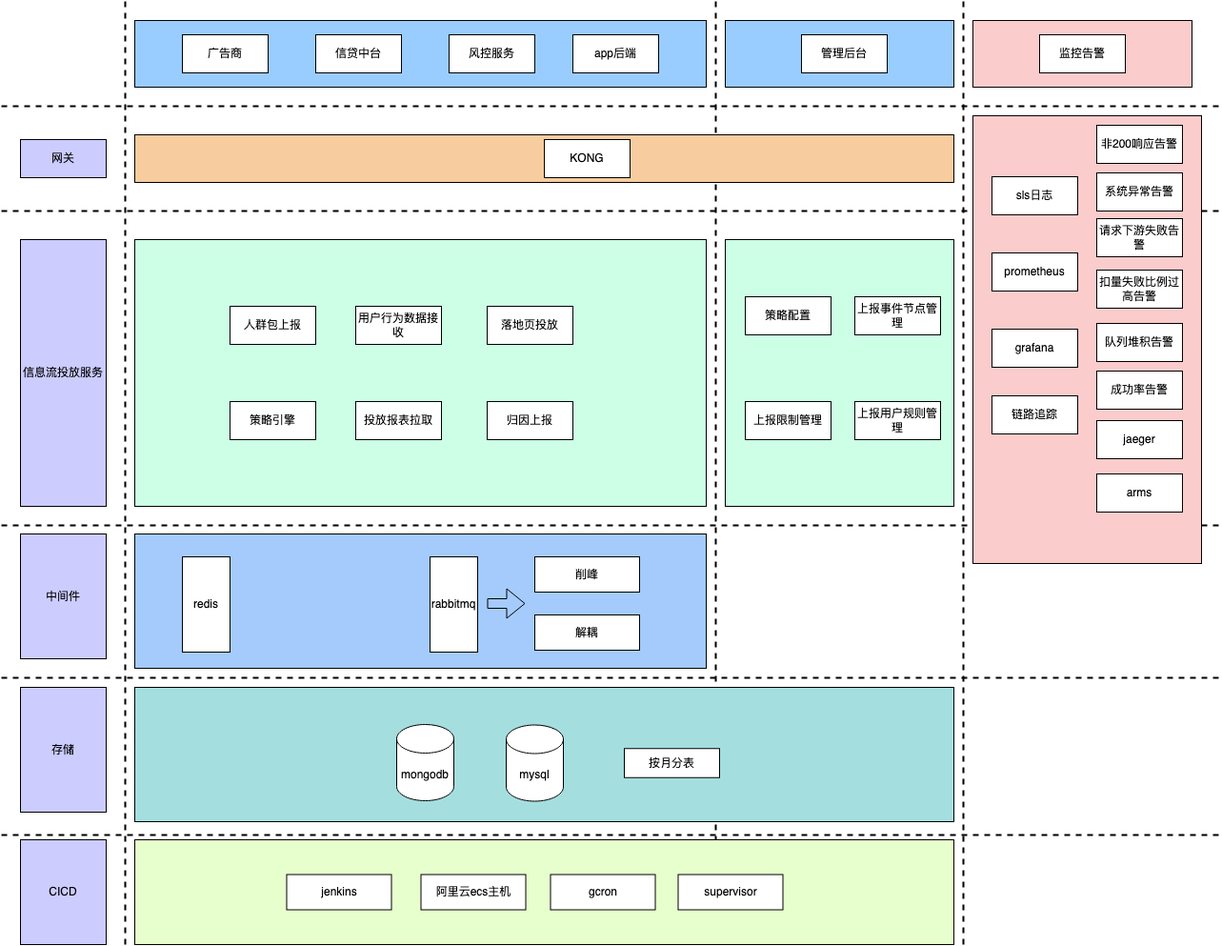
Above: 信息流投放架构.png in yuanlj-tea/picgo (draw.io), before the change. Source tidied: cells renumbered, new cells last; positions are measured from the earlier drawing's top-left corner, leaving out a move shared by most shapes.
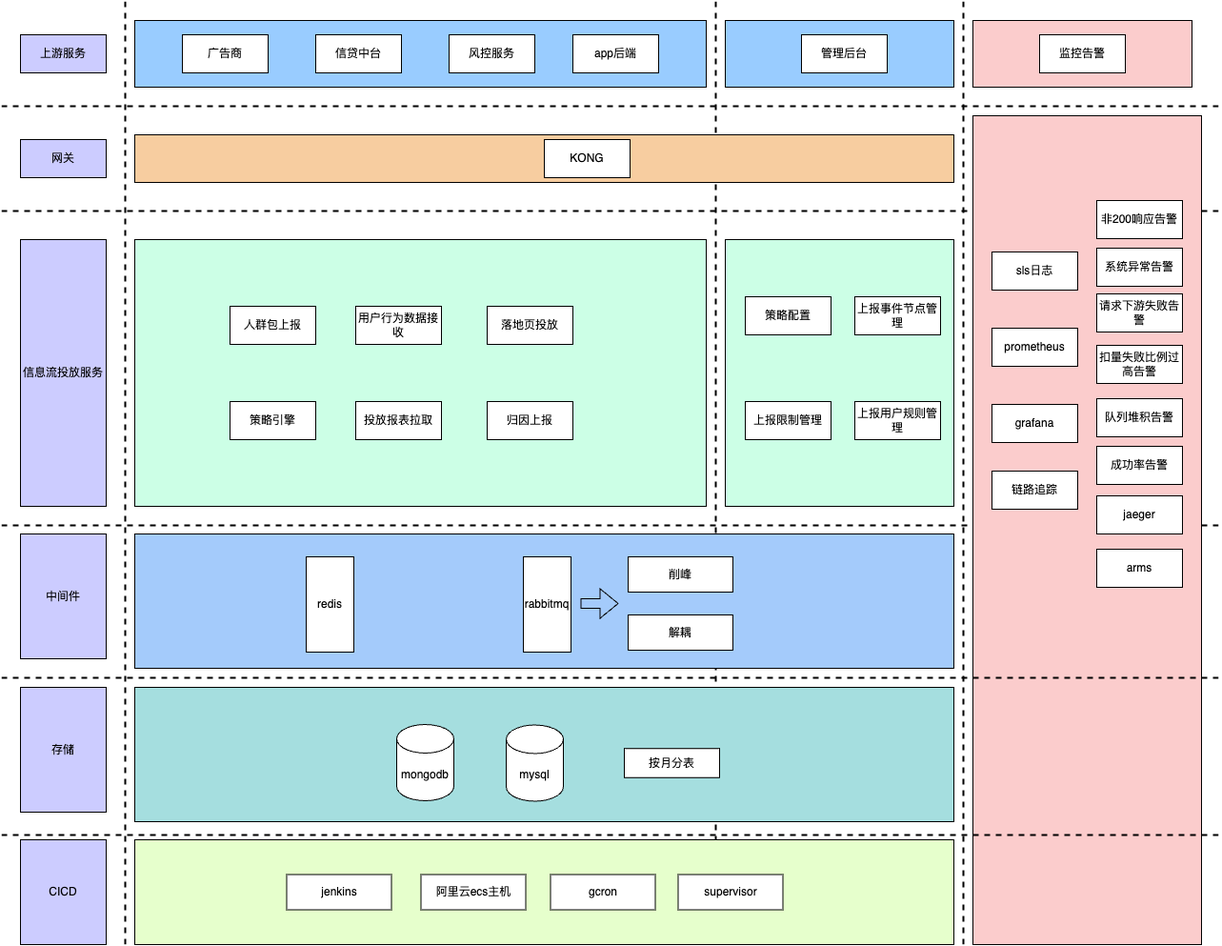
The same diagram one commit later.

Commit message:
更新信息流投放架构.png

Diff of the diagram source:
```diff
@@ -84,7 +84,7 @@
       <mxGeometry x="760" y="250" width="240" height="280" as="geometry" />
     </mxCell>
     <mxCell id="23" style="rounded=0;whiteSpace=wrap;html=1;fillColor=#FBCCCC;" parent="1" vertex="1">
-      <mxGeometry x="1020" y="120" width="240" height="470" as="geometry" />
+      <mxGeometry x="1020" y="120" width="240" height="870" as="geometry" />
     </mxCell>
     <mxCell id="24" value="策略配置" style="rounded=0;whiteSpace=wrap;html=1;" parent="1" vertex="1">
       <mxGeometry x="781" y="310" width="90" height="40" as="geometry" />
@@ -114,34 +114,34 @@
       <mxGeometry x="372" y="420" width="90" height="40" as="geometry" />
     </mxCell>
     <mxCell id="33" value="sls日志" style="rounded=0;whiteSpace=wrap;html=1;" parent="1" vertex="1">
-      <mxGeometry x="1040" y="184" width="90" height="40" as="geometry" />
+      <mxGeometry x="1040" y="263" width="90" height="40" as="geometry" />
     </mxCell>
     <mxCell id="34" value="非200响应告警" style="rounded=0;whiteSpace=wrap;html=1;" parent="1" vertex="1">
-      <mxGeometry x="1150" y="130" width="90" height="40" as="geometry" />
+      <mxGeometry x="1150" y="209" width="90" height="40" as="geometry" />
     </mxCell>
     <mxCell id="35" value="请求下游失败告警" style="rounded=0;whiteSpace=wrap;html=1;" parent="1" vertex="1">
-      <mxGeometry x="1150" y="228" width="90" height="40" as="geometry" />
+      <mxGeometry x="1150" y="307" width="90" height="40" as="geometry" />
     </mxCell>
     <mxCell id="36" value="prometheus" style="rounded=0;whiteSpace=wrap;html=1;" parent="1" vertex="1">
-      <mxGeometry x="1040" y="264" width="90" height="40" as="geometry" />
+      <mxGeometry x="1040" y="343" width="90" height="40" as="geometry" />
     </mxCell>
     <mxCell id="37" value="grafana" style="rounded=0;whiteSpace=wrap;html=1;" parent="1" vertex="1">
-      <mxGeometry x="1040" y="344" width="90" height="40" as="geometry" />
+      <mxGeometry x="1040" y="423" width="90" height="40" as="geometry" />
     </mxCell>
     <mxCell id="38" value="链路追踪" style="rounded=0;whiteSpace=wrap;html=1;" parent="1" vertex="1">
-      <mxGeometry x="1040" y="414" width="90" height="40" as="geometry" />
+      <mxGeometry x="1040" y="493" width="90" height="40" as="geometry" />
     </mxCell>
     <mxCell id="39" value="jaeger" style="rounded=0;whiteSpace=wrap;html=1;" parent="1" vertex="1">
-      <mxGeometry x="1150" y="440" width="90" height="40" as="geometry" />
+      <mxGeometry x="1150" y="519" width="90" height="40" as="geometry" />
     </mxCell>
     <mxCell id="40" value="arms" style="rounded=0;whiteSpace=wrap;html=1;" parent="1" vertex="1">
-      <mxGeometry x="1150" y="496" width="90" height="40" as="geometry" />
+      <mxGeometry x="1150" y="575" width="90" height="40" as="geometry" />
     </mxCell>
     <mxCell id="41" value="扣量失败比例过高告警" style="rounded=0;whiteSpace=wrap;html=1;" parent="1" vertex="1">
-      <mxGeometry x="1150" y="282" width="90" height="40" as="geometry" />
+      <mxGeometry x="1150" y="361" width="90" height="40" as="geometry" />
     </mxCell>
     <mxCell id="42" value="队列堆积告警" style="rounded=0;whiteSpace=wrap;html=1;" parent="1" vertex="1">
-      <mxGeometry x="1150" y="338" width="90" height="40" as="geometry" />
+      <mxGeometry x="1150" y="417" width="90" height="40" as="geometry" />
     </mxCell>
     <mxCell id="43" value="中间件" style="rounded=0;whiteSpace=wrap;html=1;fillColor=#CCCCFF;" parent="1" vertex="1">
       <mxGeometry x="20" y="559" width="90" height="131" as="geometry" />
@@ -153,27 +153,27 @@
       </mxGeometry>
     </mxCell>
     <mxCell id="45" style="rounded=0;whiteSpace=wrap;html=1;fillColor=#A4CBFB;" parent="1" vertex="1">
-      <mxGeometry x="140" y="559" width="600" height="141" as="geometry" />
+      <mxGeometry x="140" y="559" width="860" height="141" as="geometry" />
     </mxCell>
     <mxCell id="46" value="redis" style="rounded=0;whiteSpace=wrap;html=1;" parent="1" vertex="1">
-      <mxGeometry x="190" y="583" width="50" height="100" as="geometry" />
+      <mxGeometry x="320" y="583" width="50" height="100" as="geometry" />
     </mxCell>
     <mxCell id="47" value="rabbitmq" style="rounded=0;whiteSpace=wrap;html=1;" parent="1" vertex="1">
-      <mxGeometry x="450" y="583" width="50" height="100" as="geometry" />
+      <mxGeometry x="548" y="583" width="50" height="100" as="geometry" />
     </mxCell>
     <mxCell id="48" value="存储" style="rounded=0;whiteSpace=wrap;html=1;fillColor=#CCCCFF;" parent="1" vertex="1">
       <mxGeometry x="20" y="720" width="90" height="131" as="geometry" />
     </mxCell>
     <mxCell id="49" value="削峰" style="rounded=0;whiteSpace=wrap;html=1;" parent="1" vertex="1">
-      <mxGeometry x="560" y="583" width="110" height="37" as="geometry" />
+      <mxGeometry x="658" y="583" width="110" height="37" as="geometry" />
     </mxCell>
     <mxCell id="50" value="解耦" style="rounded=0;whiteSpace=wrap;html=1;" parent="1" vertex="1">
-      <mxGeometry x="560" y="644" width="110" height="37" as="geometry" />
+      <mxGeometry x="658" y="644" width="110" height="37" as="geometry" />
     </mxCell>
     <mxCell id="51" style="shape=flexArrow;endArrow=classic;html=1;rounded=0;" parent="1" edge="1">
       <mxGeometry relative="1" as="geometry">
-        <mxPoint x="510" y="632" as="sourcePoint" />
-        <mxPoint x="550" y="632" as="targetPoint" />
+        <mxPoint x="608" y="632" as="sourcePoint" />
+        <mxPoint x="648" y="632" as="targetPoint" />
       </mxGeometry>
     </mxCell>
     <mxCell id="52" style="rounded=0;whiteSpace=wrap;html=1;fillColor=#A5DEDF;" parent="1" vertex="1">
@@ -216,10 +216,13 @@
       <mxGeometry x="510" y="420" width="90" height="40" as="geometry" />
     </mxCell>
     <mxCell id="64" value="成功率告警" style="rounded=0;whiteSpace=wrap;html=1;" parent="1" vertex="1">
-      <mxGeometry x="1150" y="388" width="90" height="40" as="geometry" />
+      <mxGeometry x="1150" y="467" width="90" height="40" as="geometry" />
     </mxCell>
     <mxCell id="65" value="系统异常告警" style="rounded=0;whiteSpace=wrap;html=1;" parent="1" vertex="1">
-      <mxGeometry x="1150" y="180" width="90" height="40" as="geometry" />
+      <mxGeometry x="1150" y="259" width="90" height="40" as="geometry" />
     </mxCell>
+    <mxCell id="66" value="上游服务" style="rounded=0;whiteSpace=wrap;html=1;fillColor=#CCCCFF;" parent="1" vertex="1">
+      <mxGeometry x="20" y="35" width="90" height="40" as="geometry" />
+    </mxCell>
   </root>
 </mxGraphModel>
```
